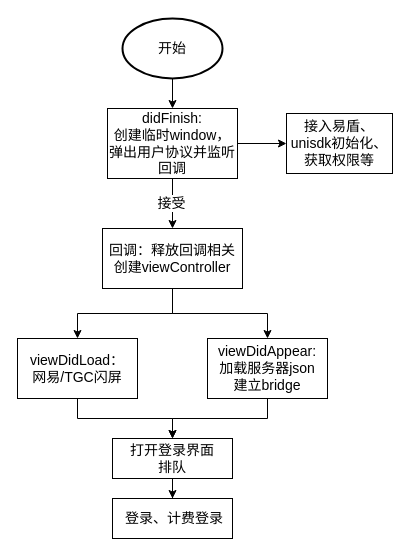
Above: page "Page-1" (1 of 3) of Untitled Diagram.drawio in shionji-mura/miniprogram-demo (draw.io), before the change. Source tidied: cells renumbered, new cells numbered last; positions are measured from the earlier drawing's top-left corner, leaving out a move shared by most shapes. Both pictures are drawn from the tidied source at 100%, with x=0, y=0 at pixel (17, 18).
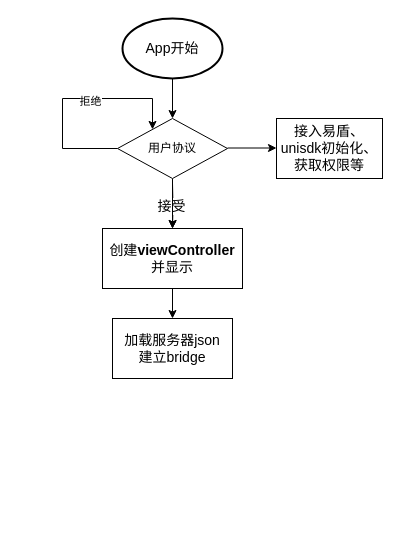
After the change.

What changed in the source:
```diff
@@
 <mxGraphModel>
   <root>
     <mxCell id="0" />
     <mxCell id="1" parent="0" />
-    <mxCell id="2" style="edgeStyle=orthogonalEdgeStyle;rounded=0;jettySize=auto;html=1;exitX=0.5;exitY=1;exitDx=0;exitDy=0;fontSize=14;" parent="1" edge="1" source="14" target="7">
-      <mxGeometry relative="1" as="geometry" />
-    </mxCell>
-    <mxCell id="3" style="edgeStyle=orthogonalEdgeStyle;rounded=0;jettySize=auto;html=1;entryX=0.5;entryY=0;entryDx=0;entryDy=0;fontSize=14;" parent="1" edge="1" source="14" target="9">
-      <mxGeometry relative="1" as="geometry" />
-    </mxCell>
-    <mxCell id="4" style="edgeStyle=orthogonalEdgeStyle;rounded=0;jettySize=auto;html=1;exitX=0.5;exitY=1;exitDx=0;exitDy=0;exitPerimeter=0;entryX=0.5;entryY=0;entryDx=0;entryDy=0;fontSize=14;" parent="1" edge="1" source="5" target="13">
+    <mxCell id="4" style="edgeStyle=orthogonalEdgeStyle;rounded=0;jettySize=auto;html=1;exitX=0.5;exitY=1;exitDx=0;exitDy=0;exitPerimeter=0;entryX=0.5;entryY=0;entryDx=0;entryDy=0;fontSize=14;" parent="1" edge="1" source="5" target="22">
       <mxGeometry relative="1" as="geometry" />
     </mxCell>
-    <mxCell id="5" value="开始" style="strokeWidth=2;html=1;shape=mxgraph.flowchart.start_1;whiteSpace=wrap;fontSize=14;" parent="1" vertex="1">
+    <mxCell id="5" value="App开始" style="strokeWidth=2;html=1;shape=mxgraph.flowchart.start_1;whiteSpace=wrap;fontSize=14;" parent="1" vertex="1">
       <mxGeometry x="105" width="100" height="60" as="geometry" />
     </mxCell>
-    <mxCell id="6" style="edgeStyle=orthogonalEdgeStyle;rounded=0;jettySize=auto;html=1;fontSize=14;" parent="1" edge="1" source="7" target="17">
-      <mxGeometry relative="1" as="geometry" />
-    </mxCell>
-    <mxCell id="7" value="viewDidLoad：&lt;br style=&quot;font-size: 14px;&quot;&gt;网易/TGC闪屏" style="rounded=0;whiteSpace=wrap;html=1;fontSize=14;" parent="1" vertex="1">
-      <mxGeometry y="320" width="120" height="60" as="geometry" />
-    </mxCell>
-    <mxCell id="8" style="edgeStyle=orthogonalEdgeStyle;rounded=0;jettySize=auto;html=1;fontSize=14;" parent="1" edge="1" source="9" target="17">
-      <mxGeometry relative="1" as="geometry" />
-    </mxCell>
-    <mxCell id="9" value="viewDidAppear:&lt;br style=&quot;font-size: 14px;&quot;&gt;加载服务器json&lt;br style=&quot;font-size: 14px;&quot;&gt;建立bridge" style="rounded=0;whiteSpace=wrap;html=1;fontSize=14;" parent="1" vertex="1">
-      <mxGeometry x="190" y="320" width="120" height="60" as="geometry" />
-    </mxCell>
-    <mxCell id="10" style="edgeStyle=orthogonalEdgeStyle;rounded=0;jettySize=auto;html=1;exitX=1;exitY=0.5;exitDx=0;exitDy=0;entryX=0;entryY=0.5;entryDx=0;entryDy=0;fontSize=14;" parent="1" edge="1" source="13" target="15">
-      <mxGeometry relative="1" as="geometry" />
+    <mxCell id="10" style="edgeStyle=orthogonalEdgeStyle;rounded=0;orthogonalLoop=1;jettySize=auto;html=1;exitX=1;exitY=0.5;exitDx=0;exitDy=0;entryX=0;entryY=0.5;entryDx=0;entryDy=0;fontSize=14;" parent="1" edge="1">
+      <mxGeometry relative="1" as="geometry">
+        <mxPoint x="210" y="129.5" as="sourcePoint" />
+        <mxPoint x="259" y="129.5" as="targetPoint" />
+      </mxGeometry>
     </mxCell>
-    <mxCell id="11" style="edgeStyle=orthogonalEdgeStyle;rounded=0;jettySize=auto;html=1;fontSize=14;" parent="1" edge="1" source="13" target="14">
-      <mxGeometry relative="1" as="geometry" />
+    <mxCell id="11" style="edgeStyle=orthogonalEdgeStyle;rounded=0;jettySize=auto;html=1;fontSize=14;" parent="1" edge="1" target="14">
+      <mxGeometry relative="1" as="geometry">
+        <mxPoint x="155" y="165" as="sourcePoint" />
+      </mxGeometry>
     </mxCell>
     <mxCell id="12" value="接受" style="edgeLabel;html=1;align=center;verticalAlign=middle;fontSize=14;" parent="11" vertex="1">
       <mxGeometry x="-0.03" y="-2" relative="1" as="geometry" />
     </mxCell>
-    <mxCell id="13" value="didFinish:&lt;br style=&quot;font-size: 14px;&quot;&gt;创建临时window，弹出用户协议并监听回调" style="rounded=0;whiteSpace=wrap;html=1;fontSize=14;" parent="1" vertex="1">
-      <mxGeometry x="90" y="90" width="130" height="70" as="geometry" />
-    </mxCell>
-    <mxCell id="14" value="回调：释放回调相关&lt;br style=&quot;font-size: 14px;&quot;&gt;创建viewController" style="rounded=0;whiteSpace=wrap;html=1;fontSize=14;" parent="1" vertex="1">
+    <mxCell id="14" value="创建&lt;b&gt;viewController&lt;/b&gt;&lt;br&gt;并显示" style="rounded=0;whiteSpace=wrap;html=1;fontSize=14;" parent="1" vertex="1">
       <mxGeometry x="85" y="210" width="140" height="60" as="geometry" />
     </mxCell>
     <mxCell id="15" value="接入易盾、unisdk初始化、获取权限等" style="rounded=0;whiteSpace=wrap;html=1;fontSize=14;" parent="1" vertex="1">
-      <mxGeometry x="269" y="95" width="106" height="60" as="geometry" />
+      <mxGeometry x="259" y="100" width="106" height="60" as="geometry" />
     </mxCell>
-    <mxCell id="16" style="edgeStyle=orthogonalEdgeStyle;rounded=0;jettySize=auto;html=1;fontSize=14;" parent="1" edge="1" source="17" target="18">
-      <mxGeometry relative="1" as="geometry" />
-    </mxCell>
-    <mxCell id="17" value="打开登录界面&lt;br style=&quot;font-size: 14px;&quot;&gt;排队" style="rounded=0;whiteSpace=wrap;html=1;fontSize=14;" parent="1" vertex="1">
-      <mxGeometry x="95" y="420" width="120" height="40" as="geometry" />
-    </mxCell>
-    <mxCell id="18" value="&amp;nbsp;登录、计费登录" style="rounded=0;whiteSpace=wrap;html=1;fontSize=14;" parent="1" vertex="1">
-      <mxGeometry x="95" y="480" width="120" height="40" as="geometry" />
-    </mxCell>
+    <mxCell id="19" style="edgeStyle=orthogonalEdgeStyle;rounded=0;orthogonalLoop=1;jettySize=auto;html=1;exitX=0;exitY=0.5;exitDx=0;exitDy=0;" parent="1" edge="1" source="22" target="22">
+      <mxGeometry relative="1" as="geometry">
+        <Array as="points">
+          <mxPoint x="45" y="130" />
+          <mxPoint x="45" y="80" />
+          <mxPoint x="135" y="80" />
+        </Array>
+      </mxGeometry>
+    </mxCell>
+    <mxCell id="20" value="拒绝" style="edgeLabel;html=1;align=center;verticalAlign=middle;" parent="19" vertex="1">
+      <mxGeometry x="0.17" y="-2" relative="1" as="geometry" />
+    </mxCell>
+    <mxCell id="21" style="edgeStyle=orthogonalEdgeStyle;rounded=0;jettySize=auto;html=1;" parent="1" edge="1" source="22" target="14">
+      <mxGeometry relative="1" as="geometry" />
+    </mxCell>
+    <mxCell id="22" value="用户协议" style="rhombus;whiteSpace=wrap;html=1;" parent="1" vertex="1">
+      <mxGeometry x="100" y="100" width="110" height="60" as="geometry" />
+    </mxCell>
+    <mxCell id="23" style="edgeStyle=orthogonalEdgeStyle;rounded=0;jettySize=auto;html=1;entryX=0.5;entryY=0;entryDx=0;entryDy=0;fontSize=14;exitX=0.5;exitY=1;exitDx=0;exitDy=0;" parent="1" edge="1" source="14" target="24">
+      <mxGeometry relative="1" as="geometry" />
+    </mxCell>
+    <mxCell id="24" value="加载服务器json&lt;br style=&quot;font-size: 14px&quot;&gt;建立bridge" style="rounded=0;whiteSpace=wrap;html=1;fontSize=14;" parent="1" vertex="1">
+      <mxGeometry x="95" y="300" width="120" height="60" as="geometry" />
+    </mxCell>
   </root>
 </mxGraphModel>
```
